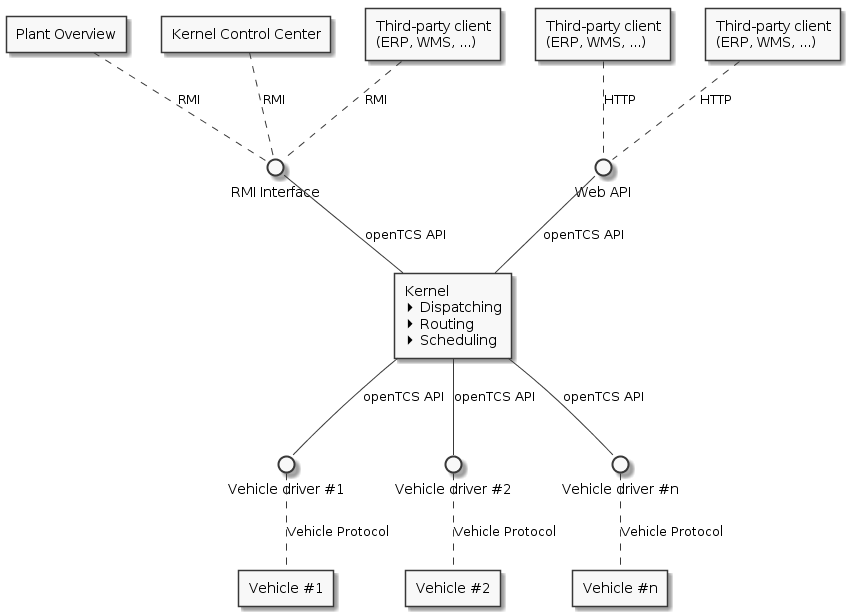
The PlantUML diagram openTCS-Documentation/src/docs/users-guide/images/system_overview.png in openTCS/opentcs, before a commit. Its diagram source:
```plantuml
@startuml
skinparam monochrome true


agent Kernel [
  Kernel
  <&caret-right> Dispatching
  <&caret-right> Routing
  <&caret-right> Scheduling
]
interface "RMI Interface" as RmiInterface
interface "Web API" as WebApi
interface "Vehicle driver #1" as VehicleDriver1
interface "Vehicle driver #2" as VehicleDriver2
interface "Vehicle driver #n" as VehicleDriverN

agent "Plant Overview" as PlantOverview
agent "Kernel Control Center" as KernelControlCenter

agent "Third-party client\n(ERP, WMS, ...)" as Client1
agent "Third-party client\n(ERP, WMS, ...)" as Client2
agent "Third-party client\n(ERP, WMS, ...)" as Client3

agent "Vehicle #1" as Vehicle1
agent "Vehicle #2" as Vehicle2
agent "Vehicle #n" as VehicleN

RmiInterface -- Kernel : openTCS API
WebApi -- Kernel : openTCS API

PlantOverview .. RmiInterface : RMI
KernelControlCenter .. RmiInterface : RMI

Client1 .. RmiInterface : RMI
Client2 .. WebApi : HTTP
Client3 .. WebApi : HTTP

Kernel -- VehicleDriver1 : openTCS API
Kernel -- VehicleDriver2 : openTCS API
Kernel -- VehicleDriverN : openTCS API

VehicleDriver1 .. Vehicle1 : Vehicle Protocol
VehicleDriver2 .. Vehicle2 : Vehicle Protocol
VehicleDriverN .. VehicleN : Vehicle Protocol
@enduml
```
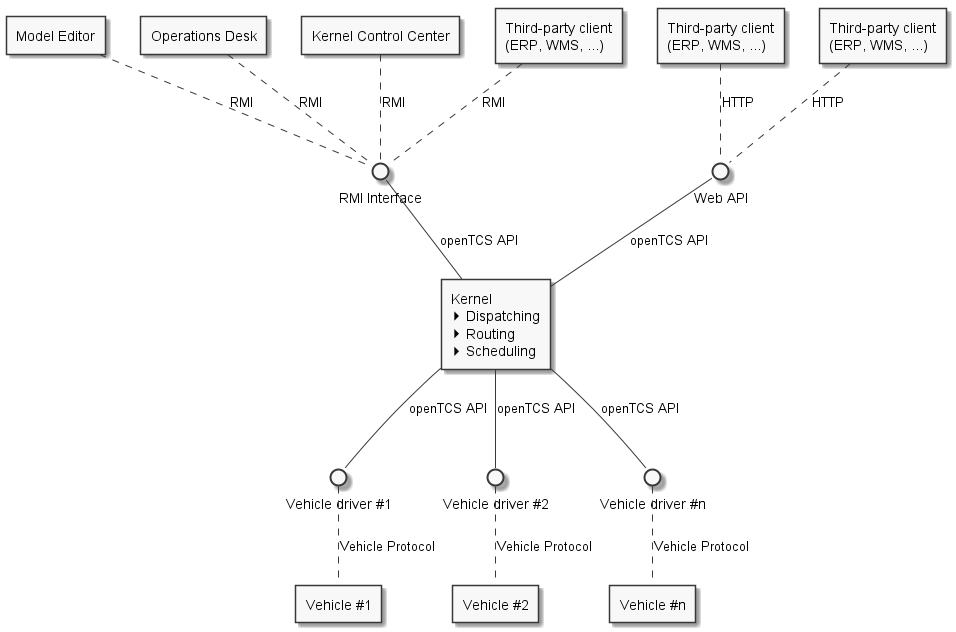
The same diagram one commit later.

What changed in the source:
```diff
@@ -14,7 +14,8 @@
 interface "Vehicle driver #2" as VehicleDriver2
 interface "Vehicle driver #n" as VehicleDriverN
 
-agent "Plant Overview" as PlantOverview
+agent "Model Editor" as ModelEditor
+agent "Operations Desk" as OperationsDesk
 agent "Kernel Control Center" as KernelControlCenter
 
 agent "Third-party client\n(ERP, WMS, ...)" as Client1
@@ -28,7 +29,8 @@
 RmiInterface -- Kernel : openTCS API
 WebApi -- Kernel : openTCS API
 
-PlantOverview .. RmiInterface : RMI
+ModelEditor .. RmiInterface : RMI
+OperationsDesk .. RmiInterface : RMI
 KernelControlCenter .. RmiInterface : RMI
 
 Client1 .. RmiInterface : RMI
```
